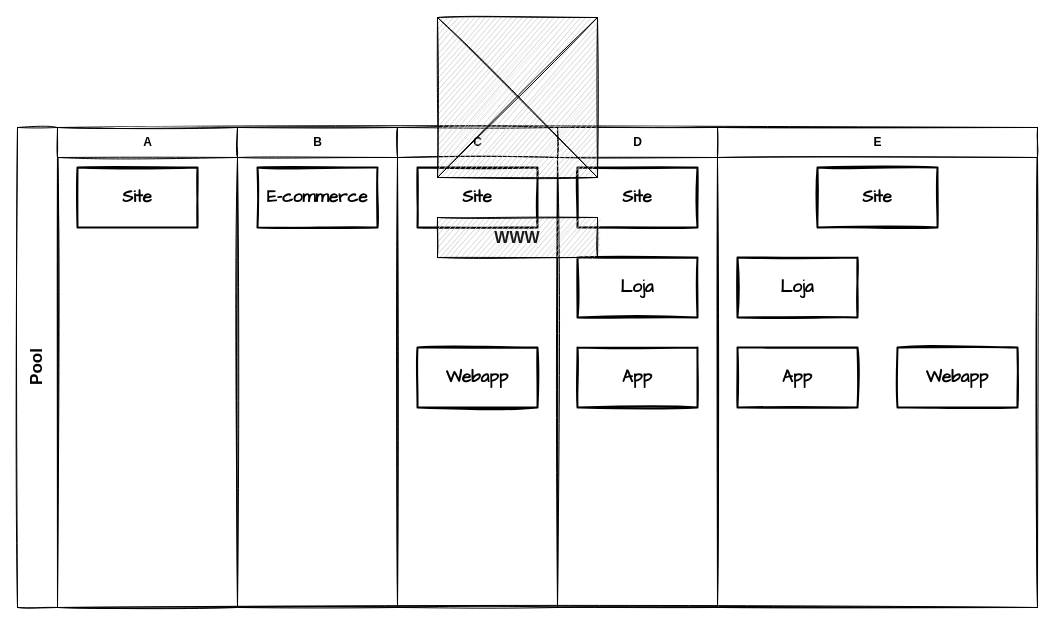
Earlier version of the draw.io diagram page "Page-3" (9 of 10) of src/pam.drawio (pegandoasmanhas/pam). Source tidied: cells renumbered, new cells numbered last; positions are measured from the earlier drawing's top-left corner, leaving out a move shared by most shapes. Both pictures are drawn from the tidied source at 100%, with x=0, y=0 at pixel (17, 17).
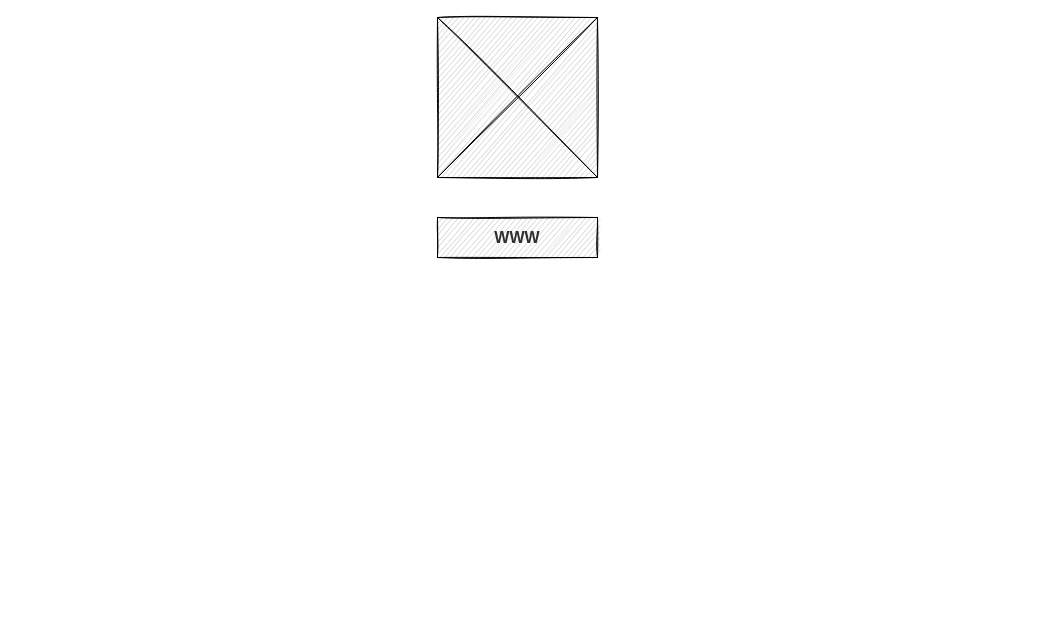
After the change.

Diff of the diagram source:
```diff
@@
-    <mxCell id="2" value="Pool" style="swimlane;html=1;startSize=40;horizontal=0;rounded=0;fontSize=17;shadow=0;sketch=1;" parent="1" vertex="1">
-      <mxGeometry y="110" width="1020" height="480" as="geometry" />
-    </mxCell>
-    <mxCell id="3" value="A" style="swimlane;html=1;startSize=30;shadow=0;sketch=1;" parent="2" vertex="1">
-      <mxGeometry x="40" width="180" height="480" as="geometry" />
-    </mxCell>
-    <object id="4" label="%lablel%" lablel="Site" placeholders="1">
-      <mxCell style="whiteSpace=wrap;html=1;fontFamily=Architects Daughter;fontSize=17;align=center;startSize=40;strokeWidth=2;fontStyle=1;shadow=0;sketch=1;" parent="3" vertex="1">
-        <mxGeometry x="20" y="40" width="120" height="60" as="geometry" />
-      </mxCell>
-    </object>
-    <mxCell id="5" value="B" style="swimlane;html=1;startSize=30;shadow=0;sketch=1;" parent="2" vertex="1">
-      <mxGeometry x="220" width="160" height="480" as="geometry" />
-    </mxCell>
-    <object id="6" label="%lablel%" lablel="E-commerce" placeholders="1">
-      <mxCell style="whiteSpace=wrap;html=1;fontFamily=Architects Daughter;fontSize=17;align=center;startSize=40;strokeWidth=2;fontStyle=1;shadow=0;sketch=1;" parent="5" vertex="1">
-        <mxGeometry x="20" y="40" width="120" height="60" as="geometry" />
-      </mxCell>
-    </object>
-    <mxCell id="7" value="C" style="swimlane;html=1;startSize=30;shadow=0;sketch=1;" parent="2" vertex="1">
-      <mxGeometry x="380" width="160" height="480" as="geometry" />
-    </mxCell>
-    <object id="8" label="%lablel%" lablel="Site" placeholders="1">
-      <mxCell style="whiteSpace=wrap;html=1;fontFamily=Architects Daughter;fontSize=17;align=center;startSize=40;strokeWidth=2;fontStyle=1;shadow=0;sketch=1;" parent="7" vertex="1">
-        <mxGeometry x="20" y="40" width="120" height="60" as="geometry" />
-      </mxCell>
-    </object>
-    <object id="9" label="%lablel%" lablel="Webapp" placeholders="1">
-      <mxCell style="whiteSpace=wrap;html=1;fontFamily=Architects Daughter;fontSize=17;align=center;startSize=40;strokeWidth=2;fontStyle=1;shadow=0;sketch=1;" parent="7" vertex="1">
-        <mxGeometry x="20" y="220" width="120" height="60" as="geometry" />
-      </mxCell>
-    </object>
-    <mxCell id="10" value="D" style="swimlane;html=1;startSize=30;shadow=0;sketch=1;" parent="2" vertex="1">
-      <mxGeometry x="540" width="160" height="480" as="geometry" />
-    </mxCell>
-    <object id="11" label="%lablel%" lablel="Site" placeholders="1">
-      <mxCell style="whiteSpace=wrap;html=1;fontFamily=Architects Daughter;fontSize=17;align=center;startSize=40;strokeWidth=2;fontStyle=1;shadow=0;sketch=1;" parent="10" vertex="1">
-        <mxGeometry x="20" y="40" width="120" height="60" as="geometry" />
-      </mxCell>
-    </object>
-    <object id="12" label="%lablel%" lablel="App" placeholders="1">
-      <mxCell style="whiteSpace=wrap;html=1;fontFamily=Architects Daughter;fontSize=17;align=center;startSize=40;strokeWidth=2;fontStyle=1;shadow=0;sketch=1;" parent="10" vertex="1">
-        <mxGeometry x="20" y="220" width="120" height="60" as="geometry" />
-      </mxCell>
-    </object>
-    <object id="13" label="%lablel%" lablel="Loja" placeholders="1">
-      <mxCell style="whiteSpace=wrap;html=1;fontFamily=Architects Daughter;fontSize=17;align=center;startSize=40;strokeWidth=2;fontStyle=1;shadow=0;sketch=1;" parent="10" vertex="1">
-        <mxGeometry x="20" y="130" width="120" height="60" as="geometry" />
-      </mxCell>
-    </object>
-    <mxCell id="14" value="E" style="swimlane;html=1;startSize=30;shadow=0;sketch=1;" parent="2" vertex="1">
-      <mxGeometry x="700" width="320" height="480" as="geometry" />
-    </mxCell>
-    <object id="15" label="%lablel%" lablel="Site" placeholders="1">
-      <mxCell style="whiteSpace=wrap;html=1;fontFamily=Architects Daughter;fontSize=17;align=center;startSize=40;strokeWidth=2;fontStyle=1;shadow=0;sketch=1;" parent="14" vertex="1">
-        <mxGeometry x="100" y="40" width="120" height="60" as="geometry" />
-      </mxCell>
-    </object>
-    <object id="16" label="%lablel%" lablel="Loja" placeholders="1">
-      <mxCell style="whiteSpace=wrap;html=1;fontFamily=Architects Daughter;fontSize=17;align=center;startSize=40;strokeWidth=2;fontStyle=1;shadow=0;sketch=1;" parent="14" vertex="1">
-        <mxGeometry x="20" y="130" width="120" height="60" as="geometry" />
-      </mxCell>
-    </object>
-    <object id="17" label="%lablel%" lablel="App" placeholders="1">
-      <mxCell style="whiteSpace=wrap;html=1;fontFamily=Architects Daughter;fontSize=17;align=center;startSize=40;strokeWidth=2;fontStyle=1;shadow=0;sketch=1;" parent="14" vertex="1">
-        <mxGeometry x="20" y="220" width="120" height="60" as="geometry" />
-      </mxCell>
-    </object>
-    <object id="18" label="%lablel%" lablel="Webapp" placeholders="1">
-      <mxCell style="whiteSpace=wrap;html=1;fontFamily=Architects Daughter;fontSize=17;align=center;startSize=40;strokeWidth=2;fontStyle=1;shadow=0;sketch=1;" parent="14" vertex="1">
-        <mxGeometry x="180" y="220" width="120" height="60" as="geometry" />
-      </mxCell>
-    </object>
-    <mxCell id="19" value="WWW" style="rounded=0;whiteSpace=wrap;html=1;sketch=1;fillColor=#CCCCCC;fontSize=16;fontStyle=1;strokeColor=#000000;fontColor=#1A1A1A;" parent="1" vertex="1">
+    <mxCell id="19" value="&lt;font color=&quot;#2e2e2e&quot;&gt;WWW&lt;/font&gt;" style="rounded=0;whiteSpace=wrap;html=1;sketch=1;fillColor=#CCCCCC;fontSize=16;fontStyle=1;strokeColor=#000000;fontColor=#1A1A1A;" parent="1" vertex="1">
       <mxGeometry x="420" y="200" width="160" height="40" as="geometry" />
     </mxCell>
```
